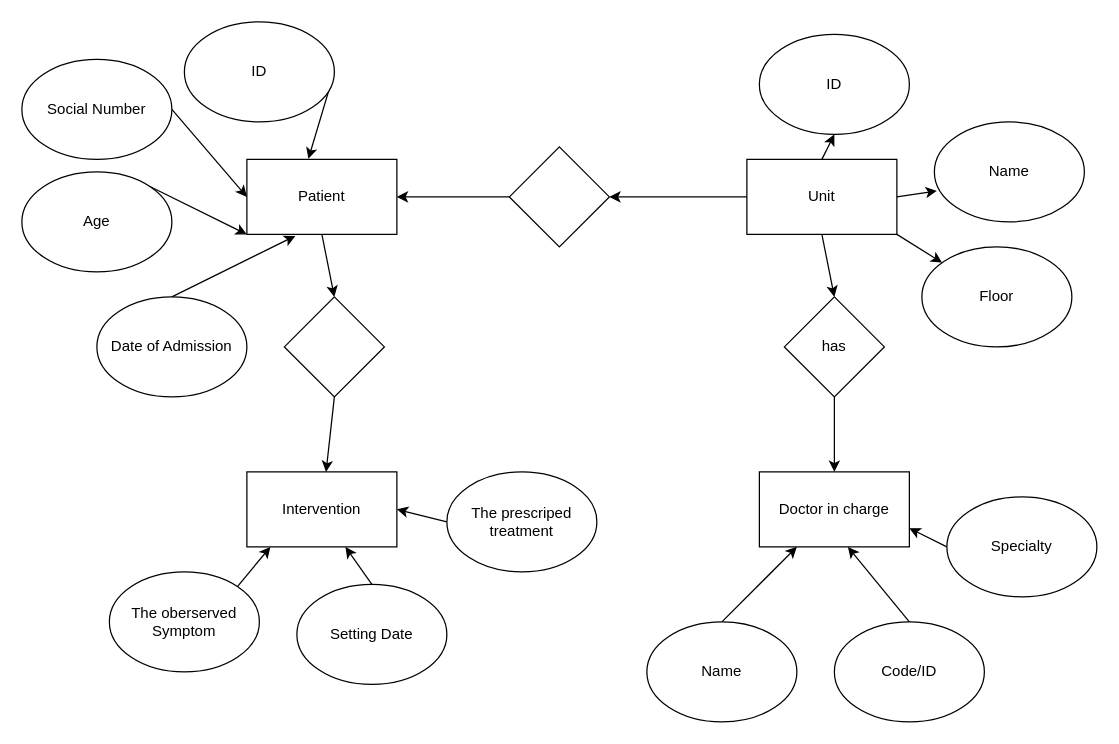
The draw.io diagram page "Page-2" (2 of 2) of healthcenter.drawio in Arnaldo1990/Database-Development-Day-1, before the edit. Source tidied: cells renumbered, new cells numbered last; positions are measured from the earlier drawing's top-left corner, leaving out a move shared by most shapes. Both pictures are drawn from the tidied source at 125%, with x=0, y=0 at pixel (21, 21).
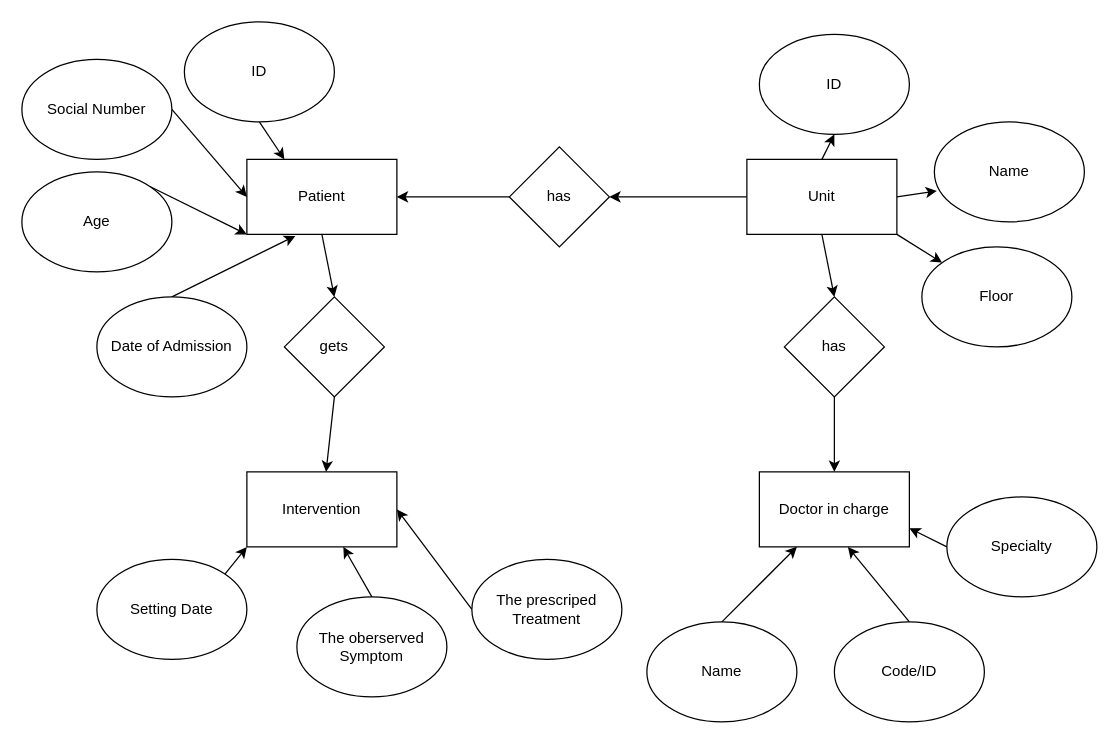
Above is the later version.

Unchanged cells that the change refers to:
```xml
<mxCell id="21" value="Patient" style="rounded=0;whiteSpace=wrap;html=1;" parent="1" vertex="1">
  <mxGeometry x="180" y="110" width="120" height="60" as="geometry" />
</mxCell>
<mxCell id="23" value="ID" style="ellipse;whiteSpace=wrap;html=1;" parent="1" vertex="1">
  <mxGeometry x="130" width="120" height="80" as="geometry" />
</mxCell>
<mxCell id="32" value="Intervention" style="rounded=0;whiteSpace=wrap;html=1;" parent="1" vertex="1">
  <mxGeometry x="180" y="360" width="120" height="60" as="geometry" />
</mxCell>
```

Diff of the diagram source:
```diff
@@
-    <mxCell id="22" style="edgeStyle=none;html=1;exitX=1;exitY=0.5;exitDx=0;exitDy=0;entryX=0.41;entryY=-0.007;entryDx=0;entryDy=0;entryPerimeter=0;" parent="1" edge="1" source="23" target="21">
+    <mxCell id="22" style="edgeStyle=none;html=1;exitX=0.5;exitY=1;exitDx=0;exitDy=0;entryX=0.25;entryY=0;entryDx=0;entryDy=0;" parent="1" edge="1" source="23" target="21">
       <mxGeometry relative="1" as="geometry" />
     </mxCell>
@@
-    <mxCell id="31" style="rhombus;whiteSpace=wrap;html=1;" parent="1" vertex="1">
+    <mxCell id="31" value="has" style="rhombus;whiteSpace=wrap;html=1;" parent="1" vertex="1">
       <mxGeometry x="390" y="100" width="80" height="80" as="geometry" />
     </mxCell>
@@
-    <mxCell id="33" style="edgeStyle=none;html=1;exitX=0.5;exitY=0;exitDx=0;exitDy=0;entryX=0.657;entryY=1;entryDx=0;entryDy=0;entryPerimeter=0;" parent="1" edge="1" source="34" target="32">
-      <mxGeometry relative="1" as="geometry" />
-    </mxCell>
-    <mxCell id="34" value="Setting Date" style="ellipse;whiteSpace=wrap;html=1;" parent="1" vertex="1">
-      <mxGeometry x="220" y="450" width="120" height="80" as="geometry" />
-    </mxCell>
-    <mxCell id="35" style="edgeStyle=none;html=1;exitX=1;exitY=0;exitDx=0;exitDy=0;entryX=0.157;entryY=1;entryDx=0;entryDy=0;entryPerimeter=0;" parent="1" edge="1" source="36" target="32">
+    <mxCell id="35" style="edgeStyle=none;html=1;exitX=0.5;exitY=0;exitDx=0;exitDy=0;" parent="1" edge="1" source="36" target="32">
       <mxGeometry relative="1" as="geometry" />
     </mxCell>
     <mxCell id="36" value="The oberserved Symptom" style="ellipse;whiteSpace=wrap;html=1;" parent="1" vertex="1">
-      <mxGeometry x="70" y="440" width="120" height="80" as="geometry" />
+      <mxGeometry x="220" y="460" width="120" height="80" as="geometry" />
     </mxCell>
@@
-    <mxCell id="38" value="The prescriped treatment" style="ellipse;whiteSpace=wrap;html=1;" parent="1" vertex="1">
-      <mxGeometry x="340" y="360" width="120" height="80" as="geometry" />
+    <mxCell id="38" value="The prescriped Treatment" style="ellipse;whiteSpace=wrap;html=1;" parent="1" vertex="1">
+      <mxGeometry x="360" y="430" width="120" height="80" as="geometry" />
     </mxCell>
@@
-    <mxCell id="40" style="rhombus;whiteSpace=wrap;html=1;" parent="1" vertex="1">
+    <mxCell id="40" value="gets" style="rhombus;whiteSpace=wrap;html=1;" parent="1" vertex="1">
       <mxGeometry x="210" y="220" width="80" height="80" as="geometry" />
     </mxCell>
+    <mxCell id="33" style="edgeStyle=none;html=1;exitX=1;exitY=0;exitDx=0;exitDy=0;entryX=0;entryY=1;entryDx=0;entryDy=0;" parent="1" edge="1" source="34" target="32">
+      <mxGeometry relative="1" as="geometry" />
+    </mxCell>
+    <mxCell id="34" value="Setting Date" style="ellipse;whiteSpace=wrap;html=1;" parent="1" vertex="1">
+      <mxGeometry x="60" y="430" width="120" height="80" as="geometry" />
+    </mxCell>
```
